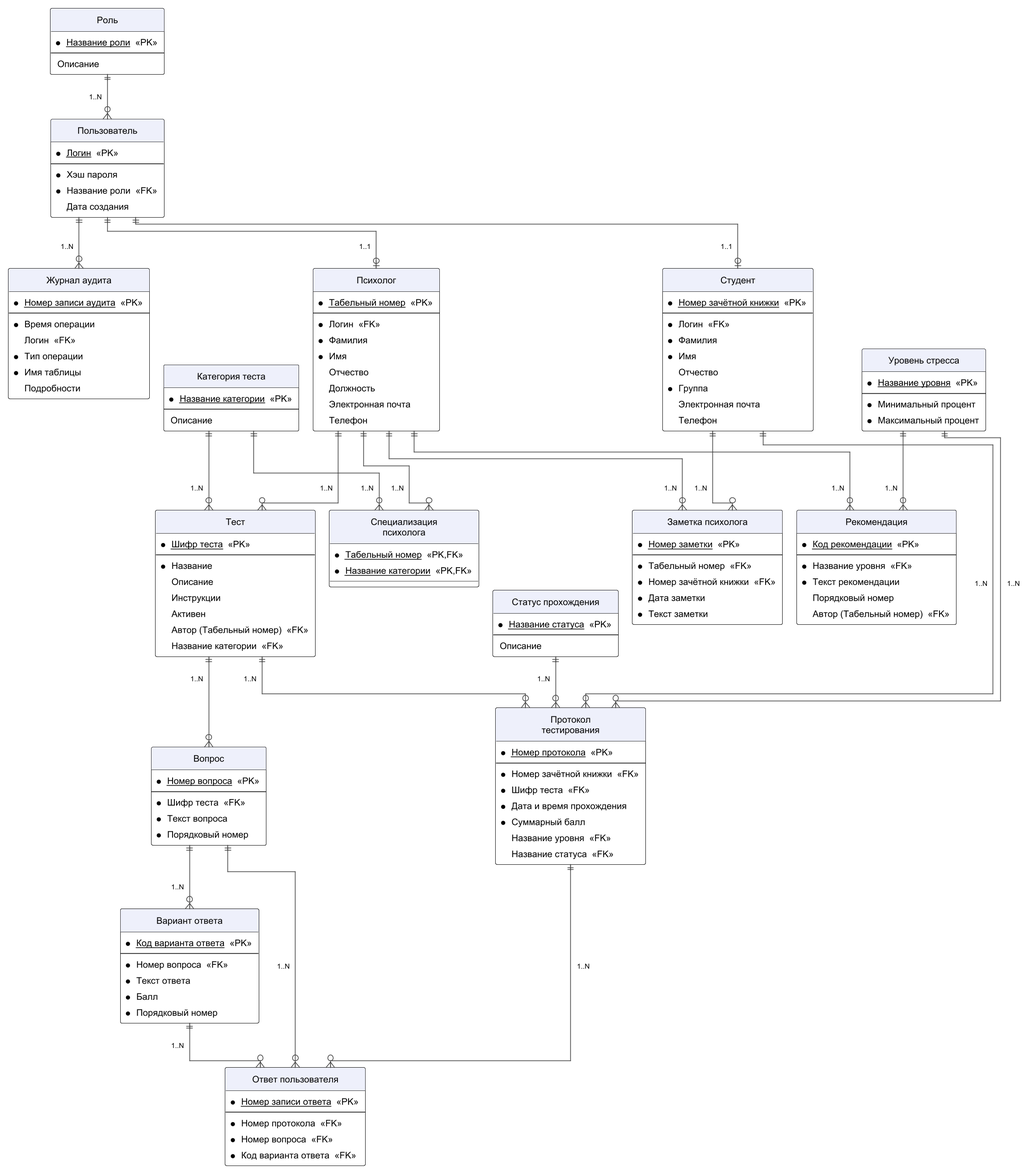
Before: diagrams/logical.png, a diagram exported from PlantUML (imaO0O/mental-health).
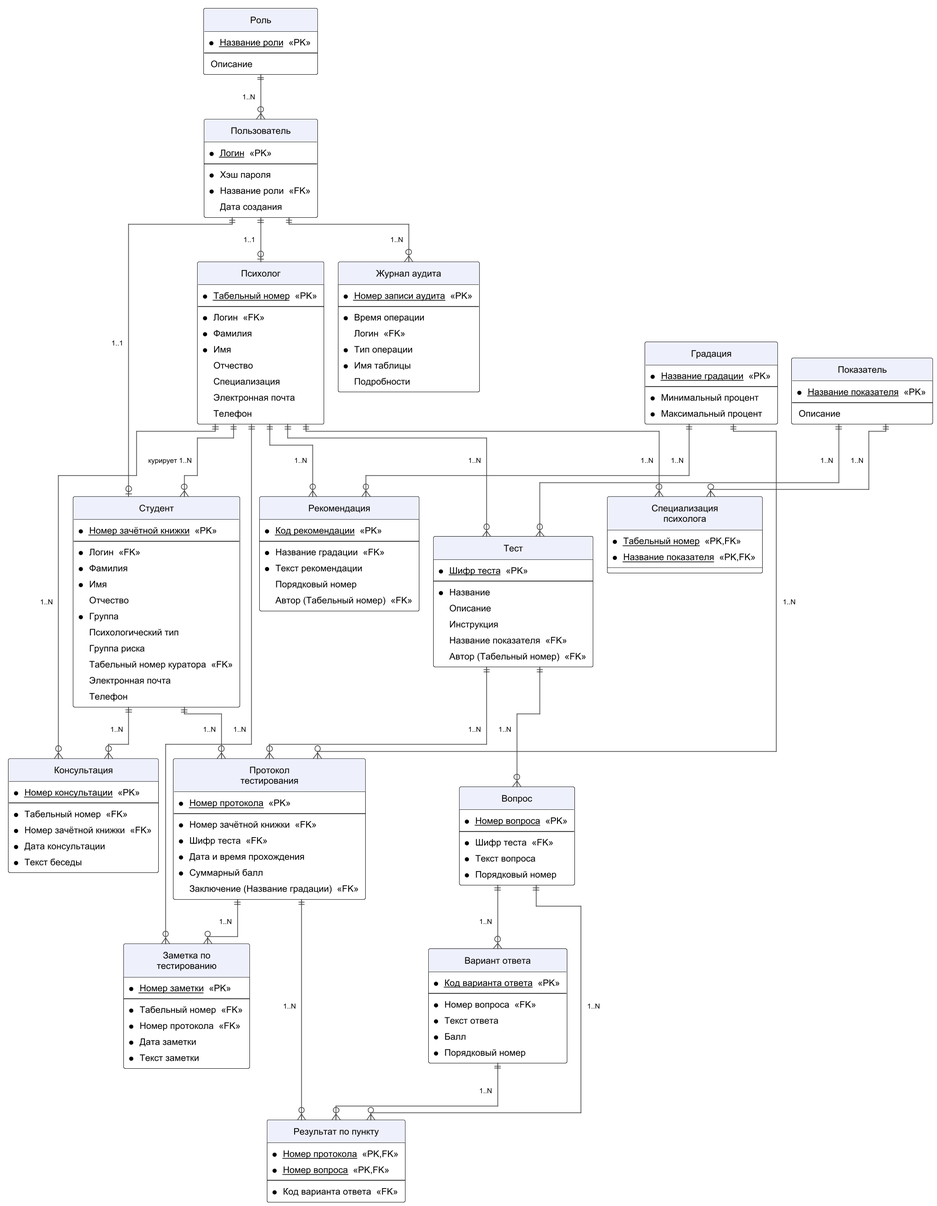
The same file after the commit.

Commit message:
Переработка ПЗ под новую модель данных (показатель/градация, содержание теста, кураторство)

Change to the diagram source:
```diff
@@ -33,23 +33,17 @@
         Описание
   }
 
-  entity "Категория теста" as Categories {
-      * <u>Название категории</u>  <<PK>>
+  entity "Показатель" as Indicators {
+      * <u>Название показателя</u>  <<PK>>
       --
         Описание
   }
 
-  entity "Уровень стресса" as StressLevels {
-      * <u>Название уровня</u>  <<PK>>
+  entity "Градация" as Grades {
+      * <u>Название градации</u>  <<PK>>
       --
       * Минимальный процент
       * Максимальный процент
-  }
-
-  entity "Статус прохождения" as Statuses {
-      * <u>Название статуса</u>  <<PK>>
-      --
-        Описание
   }
 }
 
@@ -62,6 +56,18 @@
         Дата создания
   }
 
+  entity "Психолог" as Psychologists {
+      * <u>Табельный номер</u>  <<PK>>
+      --
+      * Логин  <<FK>>
+      * Фамилия
+      * Имя
+        Отчество
+        Специализация
+        Электронная почта
+        Телефон
+  }
+
   entity "Студент" as Students {
       * <u>Номер зачётной книжки</u>  <<PK>>
       --
@@ -70,25 +76,16 @@
       * Имя
         Отчество
       * Группа
-        Электронная почта
-        Телефон
-  }
-
-  entity "Психолог" as Psychologists {
-      * <u>Табельный номер</u>  <<PK>>
-      --
-      * Логин  <<FK>>
-      * Фамилия
-      * Имя
-        Отчество
-        Должность
+        Психологический тип
+        Группа риска
+        Табельный номер куратора  <<FK>>
         Электронная почта
         Телефон
   }
 
   entity "Специализация\nпсихолога" as Specs {
       * <u>Табельный номер</u>  <<PK,FK>>
-      * <u>Название категории</u>  <<PK,FK>>
+      * <u>Название показателя</u>  <<PK,FK>>
   }
 }
 
@@ -98,10 +95,9 @@
       --
       * Название
         Описание
-        Инструкции
-        Активен
+        Инструкция
+        Название показателя  <<FK>>
         Автор (Табельный номер)  <<FK>>
-        Название категории  <<FK>>
   }
 
   entity "Вопрос" as Questions {
@@ -130,15 +126,13 @@
       * Шифр теста  <<FK>>
       * Дата и время прохождения
       * Суммарный балл
-        Название уровня  <<FK>>
-        Название статуса  <<FK>>
+        Заключение (Название градации)  <<FK>>
   }
 
-  entity "Ответ пользователя" as UserAnswers {
-      * <u>Номер записи ответа</u>  <<PK>>
+  entity "Результат по пункту" as ItemResults {
+      * <u>Номер протокола</u>  <<PK,FK>>
+      * <u>Номер вопроса</u>  <<PK,FK>>
       --
-      * Номер протокола  <<FK>>
-      * Номер вопроса  <<FK>>
       * Код варианта ответа  <<FK>>
   }
 }
@@ -147,19 +141,28 @@
   entity "Рекомендация" as Recs {
       * <u>Код рекомендации</u>  <<PK>>
       --
-      * Название уровня  <<FK>>
+      * Название градации  <<FK>>
       * Текст рекомендации
         Порядковый номер
         Автор (Табельный номер)  <<FK>>
   }
 
-  entity "Заметка психолога" as Notes {
+  entity "Заметка по\nтестированию" as TestNotes {
       * <u>Номер заметки</u>  <<PK>>
       --
       * Табельный номер  <<FK>>
-      * Номер зачётной книжки  <<FK>>
+      * Номер протокола  <<FK>>
       * Дата заметки
       * Текст заметки
+  }
+
+  entity "Консультация" as Consultations {
+      * <u>Номер консультации</u>  <<PK>>
+      --
+      * Табельный номер  <<FK>>
+      * Номер зачётной книжки  <<FK>>
+      * Дата консультации
+      * Текст беседы
   }
 
   entity "Журнал аудита" as Audit {
@@ -173,30 +176,32 @@
   }
 }
 
-Roles        ||--o{ Users        : "1..N"
-Users        ||--o| Students     : "1..1"
-Users        ||--o| Psychologists: "1..1"
-Users        ||--o{ Audit        : "1..N"
+Roles         ||--o{ Users         : "1..N"
+Users         ||--o| Students      : "1..1"
+Users         ||--o| Psychologists : "1..1"
+Users         ||--o{ Audit         : "1..N"
 
-Psychologists ||--o{ Specs       : "1..N"
-Categories    ||--o{ Specs       : "1..N"
+Psychologists ||--o{ Students      : "курирует 1..N"
+Psychologists ||--o{ Specs         : "1..N"
+Indicators    ||--o{ Specs         : "1..N"
 
-Categories    ||--o{ Tests       : "1..N"
-Psychologists ||--o{ Tests       : "1..N"
-Tests         ||--o{ Questions   : "1..N"
-Questions     ||--o{ Answers     : "1..N"
+Indicators    ||--o{ Tests         : "1..N"
+Psychologists ||--o{ Tests         : "1..N"
+Tests         ||--o{ Questions     : "1..N"
+Questions     ||--o{ Answers       : "1..N"
 
-Students     ||--o{ Protocols    : "1..N"
-Tests        ||--o{ Protocols    : "1..N"
-StressLevels ||--o{ Protocols    : "1..N"
-Statuses     ||--o{ Protocols    : "1..N"
-Protocols    ||--o{ UserAnswers  : "1..N"
-Questions    ||--o{ UserAnswers  : "1..N"
-Answers      ||--o{ UserAnswers  : "1..N"
+Students      ||--o{ Protocols     : "1..N"
+Tests         ||--o{ Protocols     : "1..N"
+Grades        ||--o{ Protocols     : "1..N"
+Protocols     ||--o{ ItemResults   : "1..N"
+Questions     ||--o{ ItemResults   : "1..N"
+Answers       ||--o{ ItemResults   : "1..N"
 
-StressLevels  ||--o{ Recs        : "1..N"
-Psychologists ||--o{ Recs        : "1..N"
-Psychologists ||--o{ Notes       : "1..N"
-Students      ||--o{ Notes       : "1..N"
+Grades        ||--o{ Recs          : "1..N"
+Psychologists ||--o{ Recs          : "1..N"
+Psychologists ||--o{ TestNotes     : "1..N"
+Protocols     ||--o{ TestNotes     : "1..N"
+Psychologists ||--o{ Consultations : "1..N"
+Students      ||--o{ Consultations : "1..N"
 
 @enduml
```
